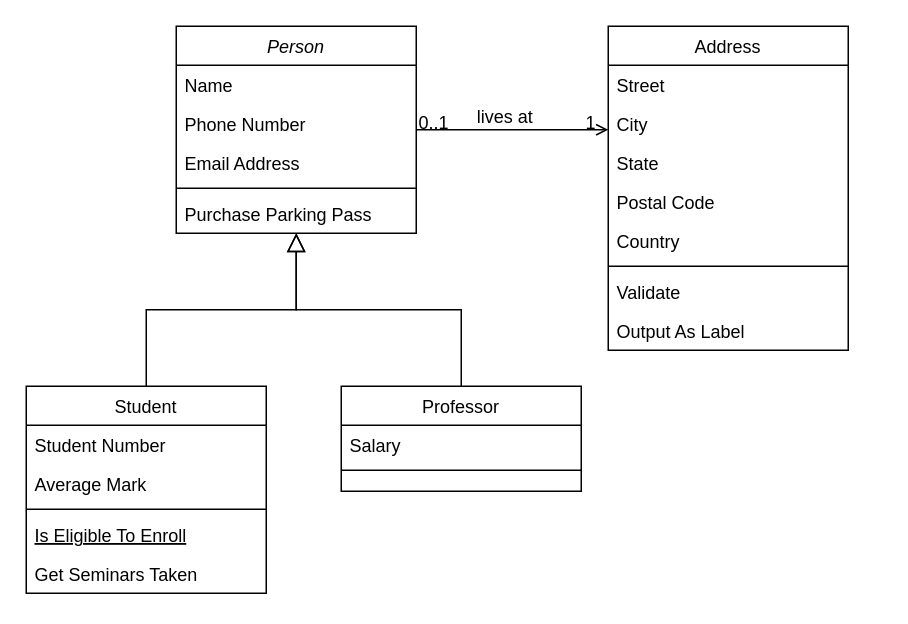
luchosoto561/python-projects keeps this draw.io diagram as Diagrama sin título.drawio. Above is the earlier version. Source tidied: cells renumbered, new cells numbered last; positions are measured from the earlier drawing's top-left corner, leaving out a move shared by most shapes. Both pictures are drawn from the tidied source at 150%, with x=0, y=0 at pixel (26, 26).
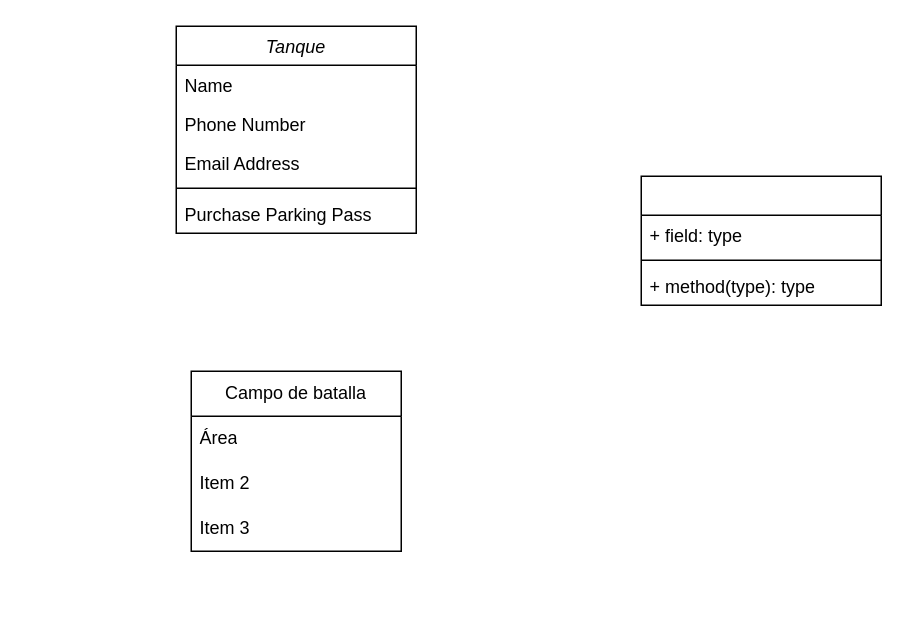
The same diagram, later.

The edit, as a diff of the source:
```diff
@@
-<mxGraphModel>
+<mxGraphModel background="#FFFFFF">
@@
-    <mxCell id="2" value="Person" style="swimlane;fontStyle=2;align=center;verticalAlign=top;horizontal=1;startSize=26;rounded=0;shadow=0;strokeWidth=1;" parent="1" vertex="1">
+    <mxCell id="2" value="Tanque" style="swimlane;fontStyle=2;align=center;verticalAlign=top;horizontal=1;startSize=26;rounded=0;shadow=0;strokeWidth=1;" parent="1" vertex="1">
       <mxGeometry x="100" width="160" height="138" as="geometry" />
     </mxCell>
@@
-    <mxCell id="8" value="Student" style="swimlane;fontStyle=0;align=center;verticalAlign=top;horizontal=1;startSize=26;rounded=0;shadow=0;strokeWidth=1;" parent="1" vertex="1">
-      <mxGeometry y="240" width="160" height="138" as="geometry" />
-    </mxCell>
-    <mxCell id="9" value="Student Number" style="text;align=left;verticalAlign=top;spacingLeft=4;spacingRight=4;overflow=hidden;" parent="8" vertex="1">
-      <mxGeometry y="26" width="160" height="26" as="geometry" />
-    </mxCell>
-    <mxCell id="10" value="Average Mark" style="text;align=left;verticalAlign=top;spacingLeft=4;spacingRight=4;overflow=hidden;rounded=0;shadow=0;html=0;" parent="8" vertex="1">
-      <mxGeometry y="52" width="160" height="26" as="geometry" />
-    </mxCell>
-    <mxCell id="11" style="line;html=1;strokeWidth=1;align=left;verticalAlign=middle;spacingTop=-1;spacingLeft=3;spacingRight=3;labelPosition=right;" parent="8" vertex="1">
-      <mxGeometry y="78" width="160" height="8" as="geometry" />
-    </mxCell>
-    <mxCell id="12" value="Is Eligible To Enroll" style="text;align=left;verticalAlign=top;spacingLeft=4;spacingRight=4;overflow=hidden;fontStyle=4;" parent="8" vertex="1">
-      <mxGeometry y="86" width="160" height="26" as="geometry" />
-    </mxCell>
-    <mxCell id="13" value="Get Seminars Taken" style="text;align=left;verticalAlign=top;spacingLeft=4;spacingRight=4;overflow=hidden;" parent="8" vertex="1">
-      <mxGeometry y="112" width="160" height="26" as="geometry" />
-    </mxCell>
-    <mxCell id="14" style="endArrow=block;endSize=10;endFill=0;shadow=0;strokeWidth=1;rounded=0;curved=0;edgeStyle=elbowEdgeStyle;elbow=vertical;" parent="1" edge="1" source="8" target="2">
-      <mxGeometry relative="1" as="geometry" />
-    </mxCell>
-    <mxCell id="15" value="Professor" style="swimlane;fontStyle=0;align=center;verticalAlign=top;horizontal=1;startSize=26;rounded=0;shadow=0;strokeWidth=1;" parent="1" vertex="1">
-      <mxGeometry x="210" y="240" width="160" height="70" as="geometry" />
-    </mxCell>
-    <mxCell id="16" value="Salary" style="text;align=left;verticalAlign=top;spacingLeft=4;spacingRight=4;overflow=hidden;" parent="15" vertex="1">
-      <mxGeometry y="26" width="160" height="26" as="geometry" />
-    </mxCell>
-    <mxCell id="17" style="line;html=1;strokeWidth=1;align=left;verticalAlign=middle;spacingTop=-1;spacingLeft=3;spacingRight=3;labelPosition=right;" parent="15" vertex="1">
-      <mxGeometry y="52" width="160" height="8" as="geometry" />
-    </mxCell>
-    <mxCell id="18" style="endArrow=block;endSize=10;endFill=0;shadow=0;strokeWidth=1;rounded=0;curved=0;edgeStyle=elbowEdgeStyle;elbow=vertical;" parent="1" edge="1" source="15" target="2">
-      <mxGeometry relative="1" as="geometry" />
-    </mxCell>
-    <mxCell id="19" value="Address" style="swimlane;fontStyle=0;align=center;verticalAlign=top;horizontal=1;startSize=26;rounded=0;shadow=0;strokeWidth=1;" parent="1" vertex="1">
-      <mxGeometry x="388" width="160" height="216" as="geometry" />
-    </mxCell>
-    <mxCell id="20" value="Street" style="text;align=left;verticalAlign=top;spacingLeft=4;spacingRight=4;overflow=hidden;" parent="19" vertex="1">
-      <mxGeometry y="26" width="160" height="26" as="geometry" />
-    </mxCell>
-    <mxCell id="21" value="City" style="text;align=left;verticalAlign=top;spacingLeft=4;spacingRight=4;overflow=hidden;rounded=0;shadow=0;html=0;" parent="19" vertex="1">
-      <mxGeometry y="52" width="160" height="26" as="geometry" />
-    </mxCell>
-    <mxCell id="22" value="State" style="text;align=left;verticalAlign=top;spacingLeft=4;spacingRight=4;overflow=hidden;rounded=0;shadow=0;html=0;" parent="19" vertex="1">
-      <mxGeometry y="78" width="160" height="26" as="geometry" />
-    </mxCell>
-    <mxCell id="23" value="Postal Code" style="text;align=left;verticalAlign=top;spacingLeft=4;spacingRight=4;overflow=hidden;rounded=0;shadow=0;html=0;" parent="19" vertex="1">
-      <mxGeometry y="104" width="160" height="26" as="geometry" />
-    </mxCell>
-    <mxCell id="24" value="Country" style="text;align=left;verticalAlign=top;spacingLeft=4;spacingRight=4;overflow=hidden;rounded=0;shadow=0;html=0;" parent="19" vertex="1">
-      <mxGeometry y="130" width="160" height="26" as="geometry" />
-    </mxCell>
-    <mxCell id="25" style="line;html=1;strokeWidth=1;align=left;verticalAlign=middle;spacingTop=-1;spacingLeft=3;spacingRight=3;labelPosition=right;" parent="19" vertex="1">
-      <mxGeometry y="156" width="160" height="8" as="geometry" />
-    </mxCell>
-    <mxCell id="26" value="Validate" style="text;align=left;verticalAlign=top;spacingLeft=4;spacingRight=4;overflow=hidden;" parent="19" vertex="1">
-      <mxGeometry y="164" width="160" height="26" as="geometry" />
-    </mxCell>
-    <mxCell id="27" value="Output As Label" style="text;align=left;verticalAlign=top;spacingLeft=4;spacingRight=4;overflow=hidden;" parent="19" vertex="1">
-      <mxGeometry y="190" width="160" height="26" as="geometry" />
-    </mxCell>
-    <mxCell id="28" style="endArrow=open;shadow=0;strokeWidth=1;rounded=0;curved=0;endFill=1;edgeStyle=elbowEdgeStyle;elbow=vertical;" parent="1" edge="1" source="2" target="19">
-      <mxGeometry x="0.5" y="41" relative="1" as="geometry">
-        <mxPoint x="-40" y="32" as="offset" />
-      </mxGeometry>
-    </mxCell>
-    <mxCell id="29" value="0..1" style="align=left;verticalAlign=bottom;labelBackgroundColor=none;fontSize=12;" parent="28" vertex="1">
-      <mxGeometry x="-1" relative="1" as="geometry">
-        <mxPoint y="4" as="offset" />
-      </mxGeometry>
-    </mxCell>
-    <mxCell id="30" value="1" style="align=right;verticalAlign=bottom;labelBackgroundColor=none;fontSize=12;" parent="28" vertex="1">
-      <mxGeometry x="1" relative="1" as="geometry">
-        <mxPoint x="-7" y="4" as="offset" />
-      </mxGeometry>
-    </mxCell>
-    <mxCell id="31" value="lives at" style="text;html=1;align=center;verticalAlign=middle;labelBackgroundColor=none;rounded=0;shadow=0;strokeWidth=1;fontSize=12;" parent="28" vertex="1">
-      <mxGeometry x="0.5" y="49" relative="1" as="geometry">
-        <mxPoint x="-38" y="40" as="offset" />
-      </mxGeometry>
-    </mxCell>
+    <mxCell id="32" value="Campo de batalla" style="swimlane;fontStyle=0;horizontal=1;startSize=30;whiteSpace=wrap;html=1;" parent="1" vertex="1">
+      <mxGeometry x="110" y="230" width="140" height="120" as="geometry" />
+    </mxCell>
+    <mxCell id="33" value="Área" style="text;strokeColor=none;fillColor=none;align=left;verticalAlign=middle;spacingLeft=4;spacingRight=4;overflow=hidden;whiteSpace=wrap;html=1;" parent="32" vertex="1">
+      <mxGeometry y="30" width="140" height="30" as="geometry" />
+    </mxCell>
+    <mxCell id="34" value="Item 2" style="text;strokeColor=none;fillColor=none;align=left;verticalAlign=middle;spacingLeft=4;spacingRight=4;overflow=hidden;whiteSpace=wrap;html=1;" parent="32" vertex="1">
+      <mxGeometry y="60" width="140" height="30" as="geometry" />
+    </mxCell>
+    <mxCell id="35" value="Item 3" style="text;strokeColor=none;fillColor=none;align=left;verticalAlign=middle;spacingLeft=4;spacingRight=4;overflow=hidden;whiteSpace=wrap;html=1;" parent="32" vertex="1">
+      <mxGeometry y="90" width="140" height="30" as="geometry" />
+    </mxCell>
+    <mxCell id="36" style="swimlane;fontStyle=1;align=center;verticalAlign=top;horizontal=1;startSize=26;whiteSpace=wrap;html=1;" parent="1" vertex="1">
+      <mxGeometry x="410" y="100" width="160" height="86" as="geometry" />
+    </mxCell>
+    <mxCell id="37" value="+ field: type" style="text;strokeColor=none;fillColor=none;align=left;verticalAlign=top;spacingLeft=4;spacingRight=4;overflow=hidden;whiteSpace=wrap;html=1;" parent="36" vertex="1">
+      <mxGeometry y="26" width="160" height="26" as="geometry" />
+    </mxCell>
+    <mxCell id="38" style="line;strokeWidth=1;fillColor=none;align=left;verticalAlign=middle;spacingTop=-1;spacingLeft=3;spacingRight=3;labelPosition=right;strokeColor=inherit;" parent="36" vertex="1">
+      <mxGeometry y="52" width="160" height="8" as="geometry" />
+    </mxCell>
+    <mxCell id="39" value="+ method(type): type" style="text;strokeColor=none;fillColor=none;align=left;verticalAlign=top;spacingLeft=4;spacingRight=4;overflow=hidden;whiteSpace=wrap;html=1;" parent="36" vertex="1">
+      <mxGeometry y="60" width="160" height="26" as="geometry" />
+    </mxCell>
```
